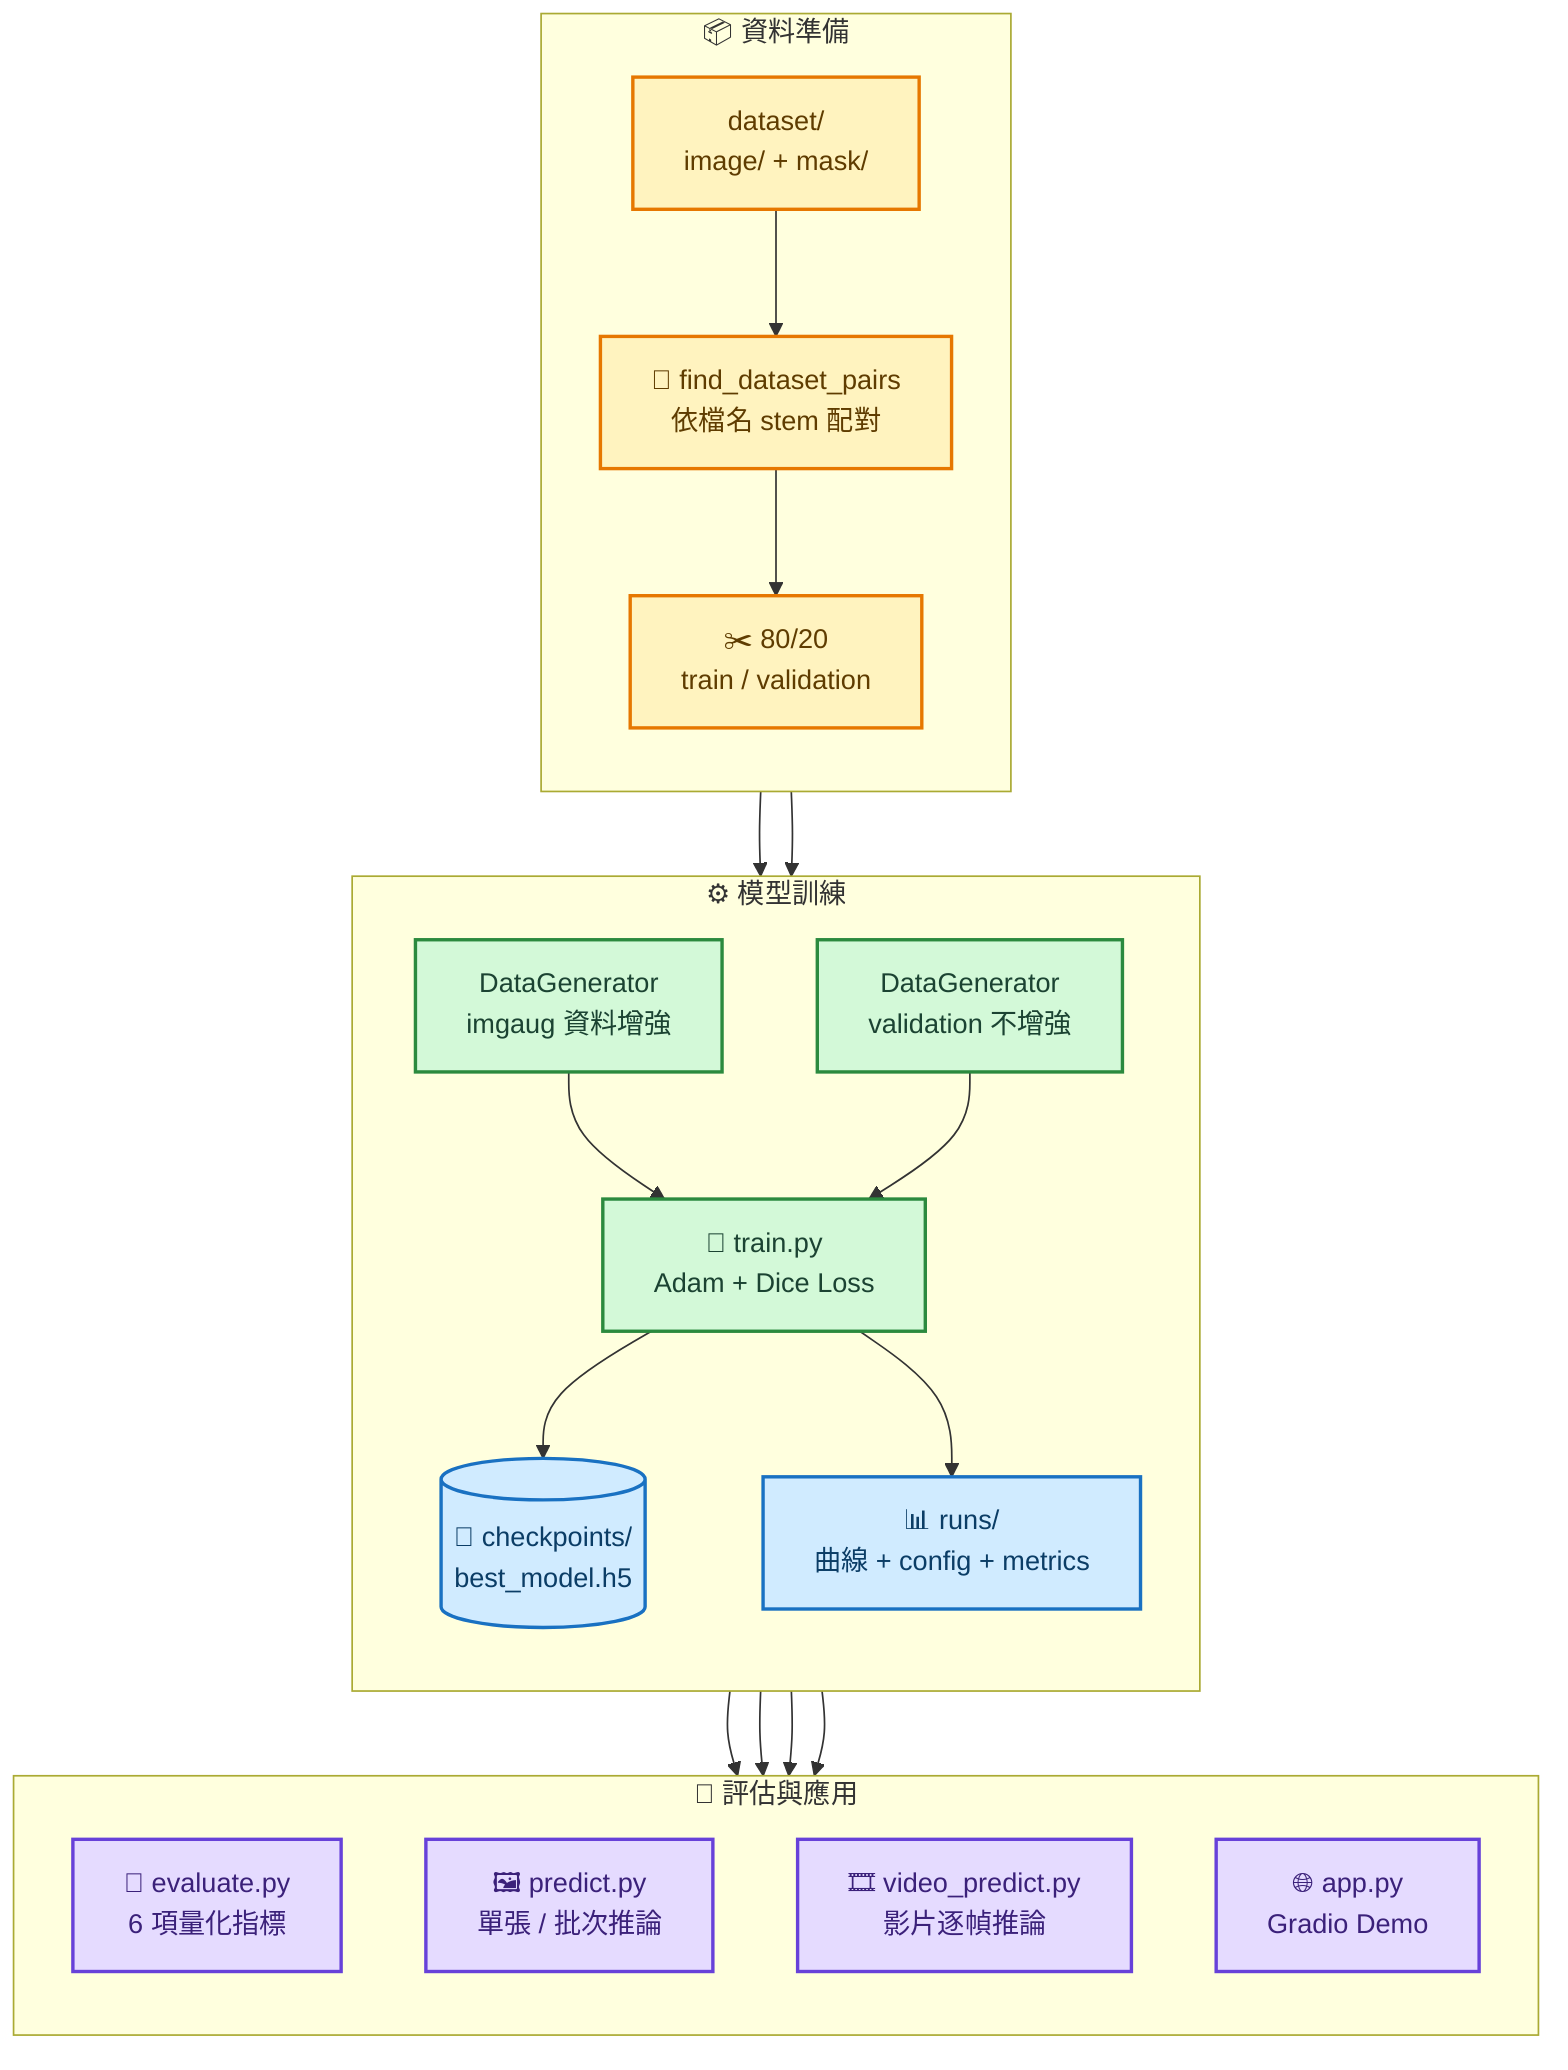
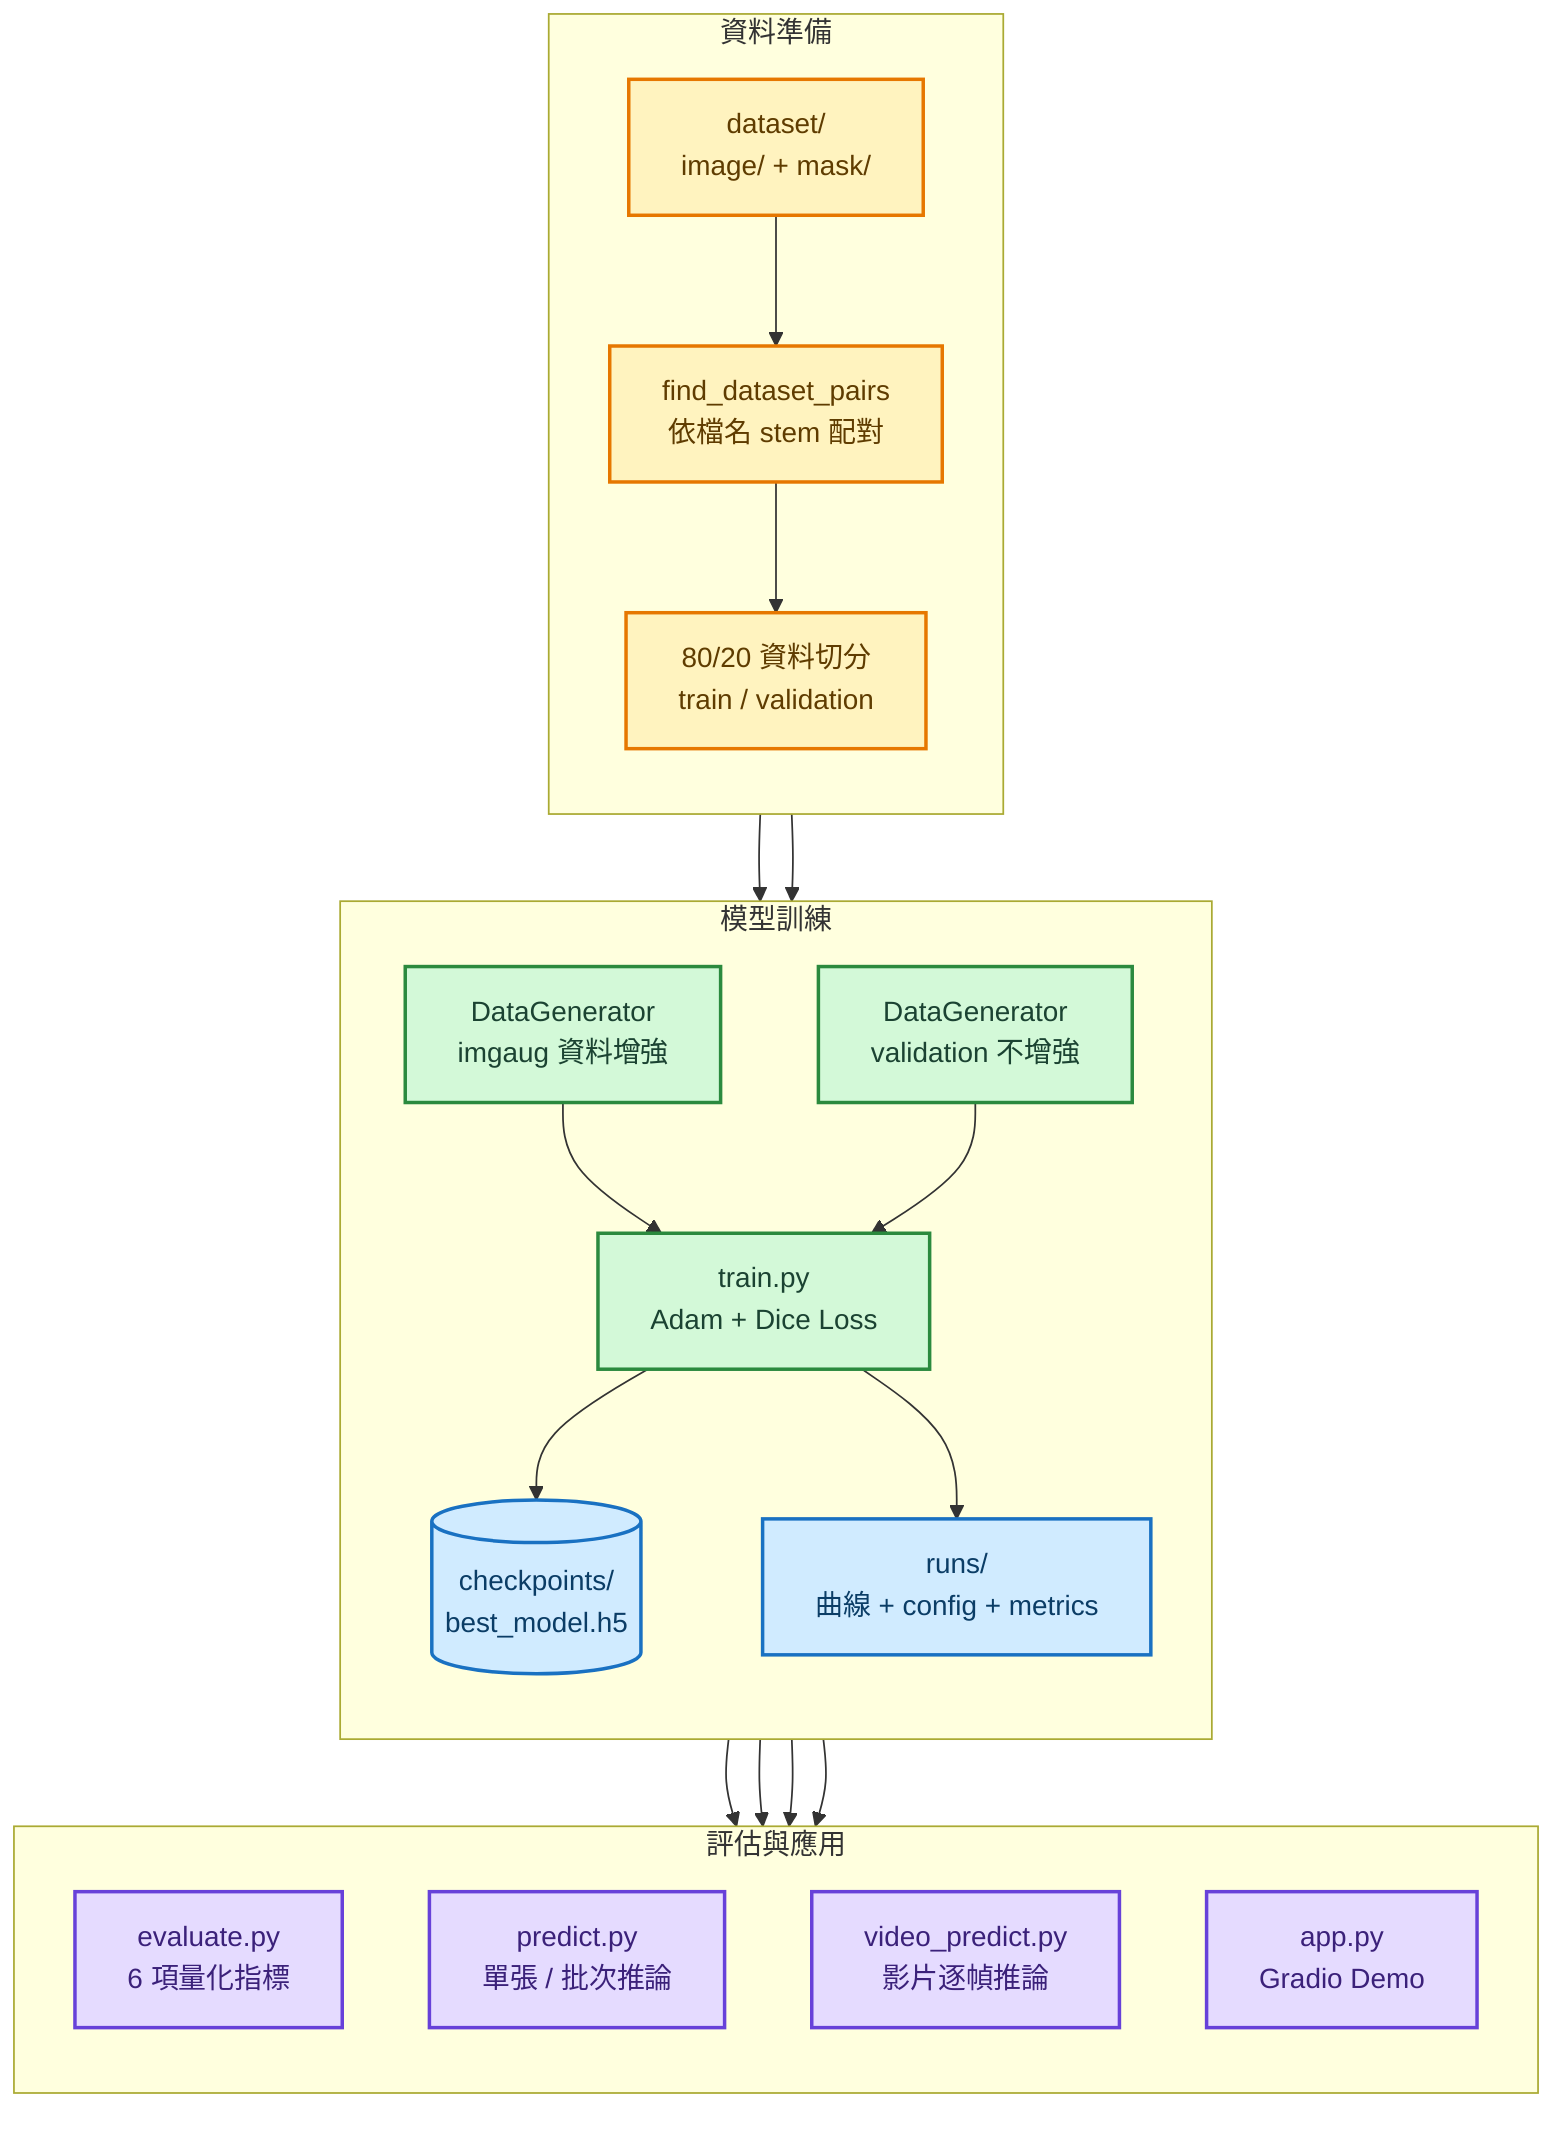
flowchart TD
-     subgraph Data["📦 資料準備"]
+     subgraph Data["資料準備"]
        direction TB
-         Dataset["dataset/<br/>image/ + mask/"] --> Pair["🔗 find_dataset_pairs<br/>依檔名 stem 配對"]
-         Pair --> Split["✂️ 80/20<br/>train / validation"]
+         Dataset["dataset/<br/>image/ + mask/"] --> Pair["find_dataset_pairs<br/>依檔名 stem 配對"]
+         Pair --> Split["80/20 資料切分<br/>train / validation"]
    end

-     subgraph Training["⚙️ 模型訓練"]
+     subgraph Training["模型訓練"]
        direction TB
        Split --> TrainGen["DataGenerator<br/>imgaug 資料增強"]
        Split --> ValGen["DataGenerator<br/>validation 不增強"]
-         TrainGen --> Fit["🚀 train.py<br/>Adam + Dice Loss"]
+         TrainGen --> Fit["train.py<br/>Adam + Dice Loss"]
        ValGen --> Fit
-         Fit --> Checkpoint[("💾 checkpoints/<br/>best_model.h5")]
-         Fit --> Runs["📊 runs/<br/>曲線 + config + metrics"]
+         Fit --> Checkpoint[("checkpoints/<br/>best_model.h5")]
+         Fit --> Runs["runs/<br/>曲線 + config + metrics"]
    end

-     subgraph Application["🎯 評估與應用"]
+     subgraph Application["評估與應用"]
        direction TB
-         Checkpoint --> Evaluate["📏 evaluate.py<br/>6 項量化指標"]
-         Checkpoint --> Predict["🖼️ predict.py<br/>單張 / 批次推論"]
-         Checkpoint --> Video["🎞️ video_predict.py<br/>影片逐幀推論"]
-         Checkpoint --> Demo["🌐 app.py<br/>Gradio Demo"]
+         Checkpoint --> Evaluate["evaluate.py<br/>6 項量化指標"]
+         Checkpoint --> Predict["predict.py<br/>單張 / 批次推論"]
+         Checkpoint --> Video["video_predict.py<br/>影片逐幀推論"]
+         Checkpoint --> Demo["app.py<br/>Gradio Demo"]
    end

    classDef data fill:#FFF3BF,stroke:#E67700,stroke-width:2px,color:#5F3C00
    classDef process fill:#D3F9D8,stroke:#2B8A3E,stroke-width:2px,color:#1B4332
    classDef artifact fill:#D0EBFF,stroke:#1971C2,stroke-width:2px,color:#0B3D66
    classDef output fill:#E5DBFF,stroke:#6741D9,stroke-width:2px,color:#3B217A

    class Dataset,Pair,Split data
    class TrainGen,ValGen,Fit process
    class Checkpoint,Runs artifact
    class Evaluate,Predict,Video,Demo output
